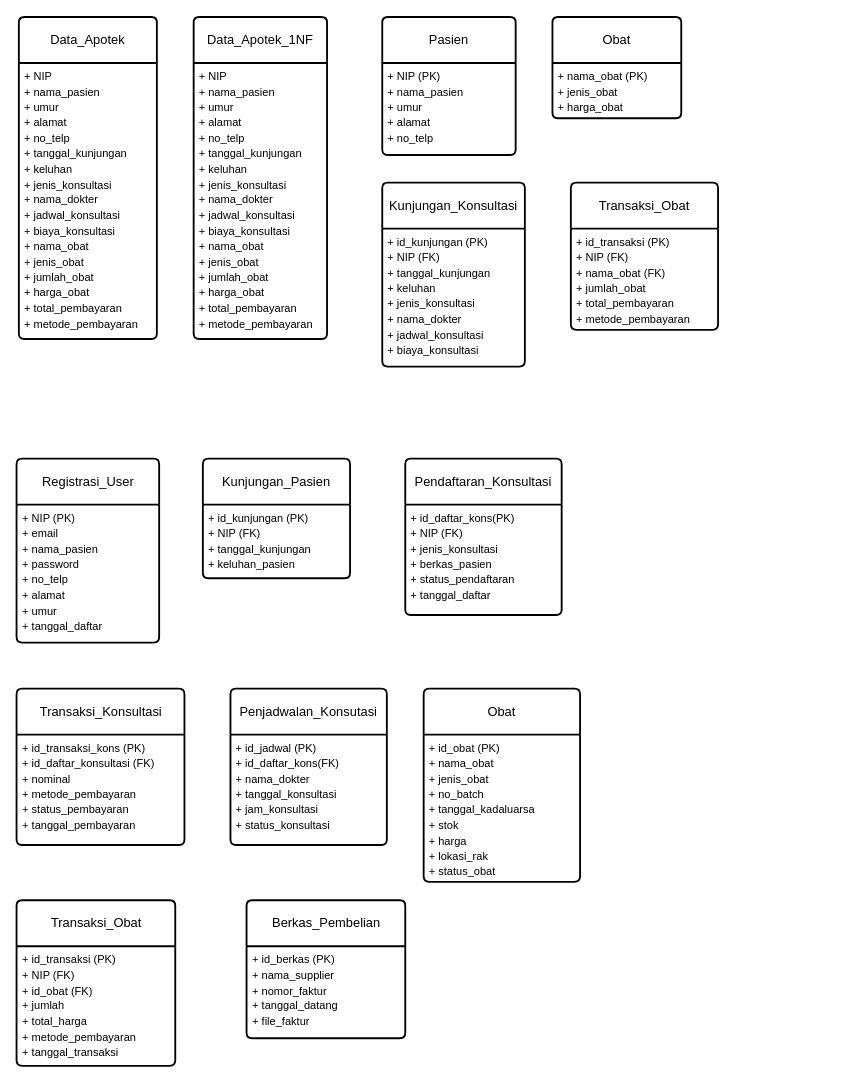
This is adpl.drawio from RilSteel/graph, a draw.io file, before an edit. Source tidied: cells renumbered, new cells numbered last; positions are measured from the earlier drawing's top-left corner, leaving out a move shared by most shapes. Both pictures are drawn from the tidied source at 92%, with x=0, y=0 at pixel (17, 17).
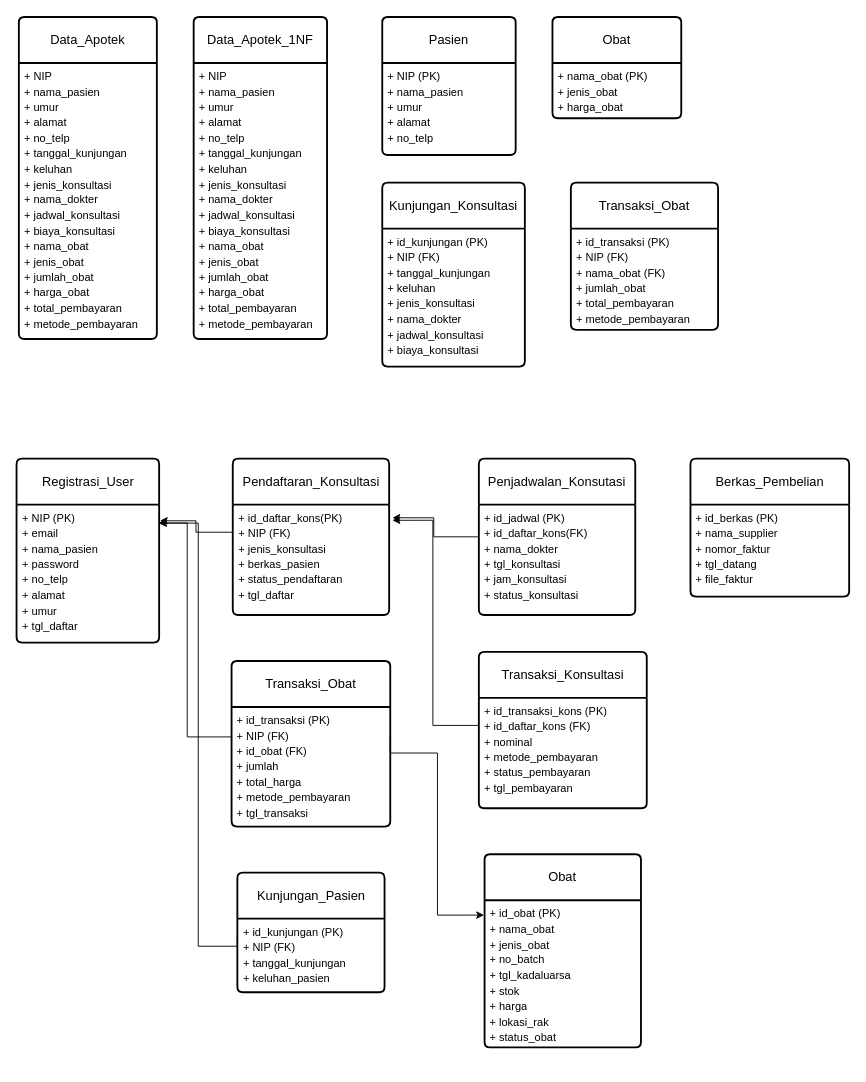
Above is the later version.

Unchanged cells that the change refers to:
```xml
<mxCell id="14" value="Registrasi_User" style="swimlane;horizontal=1;startSize=50;rounded=1;fontSize=14;fontStyle=0;strokeWidth=2;shadow=0;dashed=0;align=center;arcSize=4;whiteSpace=wrap;html=1;" parent="1" vertex="1">
  <mxGeometry x="-0.5" y="480" width="155" height="200" as="geometry" />
</mxCell>
<mxCell id="17" value="&lt;div style=&quot;line-height: 140%;&quot;&gt;+ id_kunjungan (PK)&lt;/div&gt;&lt;div style=&quot;line-height: 140%;&quot;&gt;+ NIP (FK)&lt;/div&gt;&lt;div style=&quot;line-height: 140%;&quot;&gt;+ tanggal_kunjungan&lt;/div&gt;&lt;div style=&quot;line-height: 140%;&quot;&gt;+ keluhan_pasien&lt;/div&gt;" style="align=left;strokeColor=none;fillColor=none;spacingLeft=4;spacingRight=4;fontSize=12;verticalAlign=top;html=1;whiteSpace=wrap;" parent="16" vertex="1">
  <mxGeometry y="50" width="160" height="80" as="geometry" />
</mxCell>
```

Change to the diagram source:
```diff
@@
-    <mxCell id="15" value="&lt;div style=&quot;line-height: 140%;&quot;&gt;+ NIP (PK)&lt;/div&gt;&lt;div style=&quot;line-height: 140%;&quot;&gt;+ email&lt;/div&gt;&lt;div style=&quot;line-height: 140%;&quot;&gt;+ nama_pasien&lt;/div&gt;&lt;div style=&quot;line-height: 140%;&quot;&gt;+ password&lt;/div&gt;&lt;div style=&quot;line-height: 140%;&quot;&gt;+ no_telp&lt;/div&gt;&lt;div style=&quot;line-height: 140%;&quot;&gt;+ alamat&lt;/div&gt;&lt;div style=&quot;line-height: 140%;&quot;&gt;+ umur&lt;/div&gt;&lt;div style=&quot;line-height: 140%;&quot;&gt;+ tanggal_daftar&lt;/div&gt;" style="align=left;strokeColor=none;fillColor=none;spacingLeft=4;spacingRight=4;fontSize=12;verticalAlign=top;html=1;whiteSpace=wrap;" parent="14" vertex="1">
+    <mxCell id="15" value="&lt;div style=&quot;line-height: 140%;&quot;&gt;+ NIP (PK)&lt;/div&gt;&lt;div style=&quot;line-height: 140%;&quot;&gt;+ email&lt;/div&gt;&lt;div style=&quot;line-height: 140%;&quot;&gt;+ nama_pasien&lt;/div&gt;&lt;div style=&quot;line-height: 140%;&quot;&gt;+ password&lt;/div&gt;&lt;div style=&quot;line-height: 140%;&quot;&gt;+ no_telp&lt;/div&gt;&lt;div style=&quot;line-height: 140%;&quot;&gt;+ alamat&lt;/div&gt;&lt;div style=&quot;line-height: 140%;&quot;&gt;+ umur&lt;/div&gt;&lt;div style=&quot;line-height: 140%;&quot;&gt;+ tgl_daftar&lt;/div&gt;" style="align=left;strokeColor=none;fillColor=none;spacingLeft=4;spacingRight=4;fontSize=12;verticalAlign=top;html=1;whiteSpace=wrap;" parent="14" vertex="1">
       <mxGeometry y="50" width="155" height="150" as="geometry" />
     </mxCell>
     <mxCell id="16" value="Kunjungan_Pasien" style="swimlane;horizontal=1;startSize=50;rounded=1;fontSize=14;fontStyle=0;strokeWidth=2;shadow=0;dashed=0;align=center;arcSize=4;whiteSpace=wrap;html=1;" parent="1" vertex="1">
-      <mxGeometry x="202" y="480" width="160" height="130" as="geometry" />
+      <mxGeometry x="239.5" y="930" width="160" height="130" as="geometry" />
     </mxCell>
@@
     <mxCell id="18" value="Pendaftaran_Konsultasi" style="swimlane;horizontal=1;startSize=50;rounded=1;fontSize=14;fontStyle=0;strokeWidth=2;shadow=0;dashed=0;align=center;arcSize=4;whiteSpace=wrap;html=1;" parent="1" vertex="1">
-      <mxGeometry x="422" y="480" width="170" height="170" as="geometry" />
+      <mxGeometry x="234.5" y="480" width="170" height="170" as="geometry" />
     </mxCell>
-    <mxCell id="19" value="&lt;div style=&quot;line-height: 140%;&quot;&gt;+ id_daftar_kons(PK)&lt;/div&gt;&lt;div style=&quot;line-height: 140%;&quot;&gt;+ NIP (FK)&lt;/div&gt;&lt;div style=&quot;line-height: 140%;&quot;&gt;+ jenis_konsultasi&lt;/div&gt;&lt;div style=&quot;line-height: 140%;&quot;&gt;+ berkas_pasien&lt;/div&gt;&lt;div style=&quot;line-height: 140%;&quot;&gt;+ status_pendaftaran&lt;/div&gt;&lt;div style=&quot;line-height: 140%;&quot;&gt;+ tanggal_daftar&lt;/div&gt;" style="align=left;strokeColor=none;fillColor=none;spacingLeft=4;spacingRight=4;fontSize=12;verticalAlign=top;html=1;whiteSpace=wrap;" parent="18" vertex="1">
+    <mxCell id="19" value="&lt;div style=&quot;line-height: 140%;&quot;&gt;+ id_daftar_kons(PK)&lt;/div&gt;&lt;div style=&quot;line-height: 140%;&quot;&gt;+ NIP (FK)&lt;/div&gt;&lt;div style=&quot;line-height: 140%;&quot;&gt;+ jenis_konsultasi&lt;/div&gt;&lt;div style=&quot;line-height: 140%;&quot;&gt;+ berkas_pasien&lt;/div&gt;&lt;div style=&quot;line-height: 140%;&quot;&gt;+ status_pendaftaran&lt;/div&gt;&lt;div style=&quot;line-height: 140%;&quot;&gt;+ tgl_daftar&lt;/div&gt;" style="align=left;strokeColor=none;fillColor=none;spacingLeft=4;spacingRight=4;fontSize=12;verticalAlign=top;html=1;whiteSpace=wrap;" parent="18" vertex="1">
       <mxGeometry y="50" width="170" height="120" as="geometry" />
     </mxCell>
     <mxCell id="20" value="Transaksi_Konsultasi" style="swimlane;horizontal=1;startSize=50;rounded=1;fontSize=14;fontStyle=0;strokeWidth=2;shadow=0;dashed=0;align=center;arcSize=4;whiteSpace=wrap;html=1;" parent="1" vertex="1">
-      <mxGeometry x="-0.5" y="730" width="182.5" height="170" as="geometry" />
+      <mxGeometry x="502" y="690" width="182.5" height="170" as="geometry" />
     </mxCell>
-    <mxCell id="21" value="&lt;div style=&quot;line-height: 140%;&quot;&gt;+ id_transaksi_kons (PK)&lt;/div&gt;&lt;div style=&quot;line-height: 140%;&quot;&gt;+ id_daftar_konsultasi (FK)&lt;/div&gt;&lt;div style=&quot;line-height: 140%;&quot;&gt;+ nominal&lt;/div&gt;&lt;div style=&quot;line-height: 140%;&quot;&gt;+ metode_pembayaran&lt;/div&gt;&lt;div style=&quot;line-height: 140%;&quot;&gt;+ status_pembayaran&lt;/div&gt;&lt;div style=&quot;line-height: 140%;&quot;&gt;+ tanggal_pembayaran&lt;/div&gt;" style="align=left;strokeColor=none;fillColor=none;spacingLeft=4;spacingRight=4;fontSize=12;verticalAlign=top;html=1;whiteSpace=wrap;" parent="20" vertex="1">
+    <mxCell id="21" value="&lt;div style=&quot;line-height: 140%;&quot;&gt;+ id_transaksi_kons (PK)&lt;/div&gt;&lt;div style=&quot;line-height: 140%;&quot;&gt;+ id_daftar_kons (FK)&lt;/div&gt;&lt;div style=&quot;line-height: 140%;&quot;&gt;+ nominal&lt;/div&gt;&lt;div style=&quot;line-height: 140%;&quot;&gt;+ metode_pembayaran&lt;/div&gt;&lt;div style=&quot;line-height: 140%;&quot;&gt;+ status_pembayaran&lt;/div&gt;&lt;div style=&quot;line-height: 140%;&quot;&gt;+ tgl_pembayaran&lt;/div&gt;" style="align=left;strokeColor=none;fillColor=none;spacingLeft=4;spacingRight=4;fontSize=12;verticalAlign=top;html=1;whiteSpace=wrap;" parent="20" vertex="1">
       <mxGeometry y="50" width="182.5" height="120" as="geometry" />
     </mxCell>
     <mxCell id="22" value="Penjadwalan_Konsutasi" style="swimlane;horizontal=1;startSize=50;rounded=1;fontSize=14;fontStyle=0;strokeWidth=2;shadow=0;dashed=0;align=center;arcSize=4;whiteSpace=wrap;html=1;" parent="1" vertex="1">
-      <mxGeometry x="232" y="730" width="170" height="170" as="geometry" />
+      <mxGeometry x="502" y="480" width="170" height="170" as="geometry" />
     </mxCell>
-    <mxCell id="23" value="&lt;div style=&quot;line-height: 140%;&quot;&gt;+ id_jadwal (PK)&lt;/div&gt;&lt;div style=&quot;line-height: 140%;&quot;&gt;+ id_daftar_kons(FK)&lt;/div&gt;&lt;div style=&quot;line-height: 140%;&quot;&gt;+ nama_dokter&lt;/div&gt;&lt;div style=&quot;line-height: 140%;&quot;&gt;+ tanggal_konsultasi&lt;/div&gt;&lt;div style=&quot;line-height: 140%;&quot;&gt;+ jam_konsultasi&lt;/div&gt;&lt;div style=&quot;line-height: 140%;&quot;&gt;+ status_konsultasi&lt;/div&gt;" style="align=left;strokeColor=none;fillColor=none;spacingLeft=4;spacingRight=4;fontSize=12;verticalAlign=top;html=1;whiteSpace=wrap;" parent="22" vertex="1">
+    <mxCell id="23" value="&lt;div style=&quot;line-height: 140%;&quot;&gt;+ id_jadwal (PK)&lt;/div&gt;&lt;div style=&quot;line-height: 140%;&quot;&gt;+ id_daftar_kons(FK)&lt;/div&gt;&lt;div style=&quot;line-height: 140%;&quot;&gt;+ nama_dokter&lt;/div&gt;&lt;div style=&quot;line-height: 140%;&quot;&gt;+ tgl_konsultasi&lt;/div&gt;&lt;div style=&quot;line-height: 140%;&quot;&gt;+ jam_konsultasi&lt;/div&gt;&lt;div style=&quot;line-height: 140%;&quot;&gt;+ status_konsultasi&lt;/div&gt;" style="align=left;strokeColor=none;fillColor=none;spacingLeft=4;spacingRight=4;fontSize=12;verticalAlign=top;html=1;whiteSpace=wrap;" parent="22" vertex="1">
       <mxGeometry y="50" width="170" height="120" as="geometry" />
     </mxCell>
     <mxCell id="24" value="Obat" style="swimlane;horizontal=1;startSize=50;rounded=1;fontSize=14;fontStyle=0;strokeWidth=2;shadow=0;dashed=0;align=center;arcSize=4;whiteSpace=wrap;html=1;" parent="1" vertex="1">
-      <mxGeometry x="442" y="730" width="170" height="210" as="geometry" />
+      <mxGeometry x="508.2" y="910" width="170" height="210" as="geometry" />
     </mxCell>
-    <mxCell id="25" value="&lt;div style=&quot;line-height: 140%;&quot;&gt;+ id_obat (PK)&lt;/div&gt;&lt;div style=&quot;line-height: 140%;&quot;&gt;+ nama_obat&lt;/div&gt;&lt;div style=&quot;line-height: 140%;&quot;&gt;+ jenis_obat&lt;/div&gt;&lt;div style=&quot;line-height: 140%;&quot;&gt;+ no_batch&lt;/div&gt;&lt;div style=&quot;line-height: 140%;&quot;&gt;+ tanggal_kadaluarsa&lt;/div&gt;&lt;div style=&quot;line-height: 140%;&quot;&gt;+ stok&lt;/div&gt;&lt;div style=&quot;line-height: 140%;&quot;&gt;+ harga&lt;/div&gt;&lt;div style=&quot;line-height: 140%;&quot;&gt;+ lokasi_rak&lt;/div&gt;&lt;div style=&quot;line-height: 140%;&quot;&gt;+ status_obat&lt;/div&gt;" style="align=left;strokeColor=none;fillColor=none;spacingLeft=4;spacingRight=4;fontSize=12;verticalAlign=top;html=1;whiteSpace=wrap;" parent="24" vertex="1">
+    <mxCell id="25" value="&lt;div style=&quot;line-height: 140%;&quot;&gt;+ id_obat (PK)&lt;/div&gt;&lt;div style=&quot;line-height: 140%;&quot;&gt;+ nama_obat&lt;/div&gt;&lt;div style=&quot;line-height: 140%;&quot;&gt;+ jenis_obat&lt;/div&gt;&lt;div style=&quot;line-height: 140%;&quot;&gt;+ no_batch&lt;/div&gt;&lt;div style=&quot;line-height: 140%;&quot;&gt;+ tgl_kadaluarsa&lt;/div&gt;&lt;div style=&quot;line-height: 140%;&quot;&gt;+ stok&lt;/div&gt;&lt;div style=&quot;line-height: 140%;&quot;&gt;+ harga&lt;/div&gt;&lt;div style=&quot;line-height: 140%;&quot;&gt;+ lokasi_rak&lt;/div&gt;&lt;div style=&quot;line-height: 140%;&quot;&gt;+ status_obat&lt;/div&gt;" style="align=left;strokeColor=none;fillColor=none;spacingLeft=4;spacingRight=4;fontSize=12;verticalAlign=top;html=1;whiteSpace=wrap;" parent="24" vertex="1">
       <mxGeometry y="50" width="170" height="160" as="geometry" />
     </mxCell>
     <mxCell id="26" value="Transaksi_Obat" style="swimlane;horizontal=1;startSize=50;rounded=1;fontSize=14;fontStyle=0;strokeWidth=2;shadow=0;dashed=0;align=center;arcSize=4;whiteSpace=wrap;html=1;" parent="1" vertex="1">
-      <mxGeometry x="-0.5" y="960" width="172.5" height="180" as="geometry" />
+      <mxGeometry x="233.2" y="700" width="172.5" height="180" as="geometry" />
     </mxCell>
-    <mxCell id="27" value="&lt;div style=&quot;line-height: 140%;&quot;&gt;+ id_transaksi (PK)&lt;/div&gt;&lt;div style=&quot;line-height: 140%;&quot;&gt;+ NIP (FK)&lt;/div&gt;&lt;div style=&quot;line-height: 140%;&quot;&gt;+ id_obat (FK)&lt;/div&gt;&lt;div style=&quot;line-height: 140%;&quot;&gt;+ jumlah&lt;/div&gt;&lt;div style=&quot;line-height: 140%;&quot;&gt;+ total_harga&lt;/div&gt;&lt;div style=&quot;line-height: 140%;&quot;&gt;+ metode_pembayaran&lt;/div&gt;&lt;div style=&quot;line-height: 140%;&quot;&gt;+ tanggal_transaksi&lt;/div&gt;" style="align=left;strokeColor=none;fillColor=none;spacingLeft=4;spacingRight=4;fontSize=12;verticalAlign=top;html=1;whiteSpace=wrap;" parent="26" vertex="1">
+    <mxCell id="27" value="&lt;div style=&quot;line-height: 140%;&quot;&gt;+ id_transaksi (PK)&lt;/div&gt;&lt;div style=&quot;line-height: 140%;&quot;&gt;+ NIP (FK)&lt;/div&gt;&lt;div style=&quot;line-height: 140%;&quot;&gt;+ id_obat (FK)&lt;/div&gt;&lt;div style=&quot;line-height: 140%;&quot;&gt;+ jumlah&lt;/div&gt;&lt;div style=&quot;line-height: 140%;&quot;&gt;+ total_harga&lt;/div&gt;&lt;div style=&quot;line-height: 140%;&quot;&gt;+ metode_pembayaran&lt;/div&gt;&lt;div style=&quot;line-height: 140%;&quot;&gt;+ tgl_transaksi&lt;/div&gt;" style="align=left;strokeColor=none;fillColor=none;spacingLeft=4;spacingRight=4;fontSize=12;verticalAlign=top;html=1;whiteSpace=wrap;" parent="26" vertex="1">
       <mxGeometry y="50" width="172.5" height="130" as="geometry" />
     </mxCell>
     <mxCell id="28" value="Berkas_Pembelian" style="swimlane;horizontal=1;startSize=50;rounded=1;fontSize=14;fontStyle=0;strokeWidth=2;shadow=0;dashed=0;align=center;arcSize=4;whiteSpace=wrap;html=1;" parent="1" vertex="1">
-      <mxGeometry x="249.5" y="960" width="172.5" height="150" as="geometry" />
+      <mxGeometry x="732" y="480" width="172.5" height="150" as="geometry" />
     </mxCell>
-    <mxCell id="29" value="&lt;div style=&quot;line-height: 140%;&quot;&gt;+ id_berkas (PK)&lt;/div&gt;&lt;div style=&quot;line-height: 140%;&quot;&gt;+ nama_supplier&lt;/div&gt;&lt;div style=&quot;line-height: 140%;&quot;&gt;+ nomor_faktur&lt;/div&gt;&lt;div style=&quot;line-height: 140%;&quot;&gt;+ tanggal_datang&lt;/div&gt;&lt;div style=&quot;line-height: 140%;&quot;&gt;+ file_faktur&lt;/div&gt;" style="align=left;strokeColor=none;fillColor=none;spacingLeft=4;spacingRight=4;fontSize=12;verticalAlign=top;html=1;whiteSpace=wrap;" parent="28" vertex="1">
+    <mxCell id="29" value="&lt;div style=&quot;line-height: 140%;&quot;&gt;+ id_berkas (PK)&lt;/div&gt;&lt;div style=&quot;line-height: 140%;&quot;&gt;+ nama_supplier&lt;/div&gt;&lt;div style=&quot;line-height: 140%;&quot;&gt;+ nomor_faktur&lt;/div&gt;&lt;div style=&quot;line-height: 140%;&quot;&gt;+ tgl_datang&lt;/div&gt;&lt;div style=&quot;line-height: 140%;&quot;&gt;+ file_faktur&lt;/div&gt;" style="align=left;strokeColor=none;fillColor=none;spacingLeft=4;spacingRight=4;fontSize=12;verticalAlign=top;html=1;whiteSpace=wrap;" parent="28" vertex="1">
       <mxGeometry y="50" width="172.5" height="100" as="geometry" />
     </mxCell>
+    <mxCell id="30" style="edgeStyle=orthogonalEdgeStyle;rounded=0;jettySize=auto;html=1;exitX=0;exitY=0.25;exitDx=0;exitDy=0;entryX=1.005;entryY=0.117;entryDx=0;entryDy=0;entryPerimeter=0;" parent="1" edge="1" source="19" target="15">
+      <mxGeometry relative="1" as="geometry" />
+    </mxCell>
+    <mxCell id="31" style="edgeStyle=orthogonalEdgeStyle;rounded=0;jettySize=auto;html=1;exitX=0;exitY=0.25;exitDx=0;exitDy=0;" parent="1" edge="1" source="27">
+      <mxGeometry relative="1" as="geometry">
+        <mxPoint x="154.5" y="550" as="targetPoint" />
+        <Array as="points">
+          <mxPoint x="185" y="783" />
+          <mxPoint x="185" y="550" />
+        </Array>
+      </mxGeometry>
+    </mxCell>
+    <mxCell id="32" style="edgeStyle=orthogonalEdgeStyle;rounded=0;jettySize=auto;html=1;exitX=0;exitY=0.25;exitDx=0;exitDy=0;entryX=0.997;entryY=0.134;entryDx=0;entryDy=0;entryPerimeter=0;" parent="1" edge="1" source="17" target="15">
+      <mxGeometry relative="1" as="geometry">
+        <Array as="points">
+          <mxPoint x="240" y="1010" />
+          <mxPoint x="197" y="1010" />
+          <mxPoint x="197" y="550" />
+        </Array>
+      </mxGeometry>
+    </mxCell>
+    <mxCell id="33" style="edgeStyle=orthogonalEdgeStyle;rounded=0;jettySize=auto;html=1;exitX=0;exitY=0.5;exitDx=0;exitDy=0;entryX=1.021;entryY=0.119;entryDx=0;entryDy=0;entryPerimeter=0;" parent="1" edge="1" source="22" target="19">
+      <mxGeometry relative="1" as="geometry">
+        <Array as="points">
+          <mxPoint x="453" y="565" />
+          <mxPoint x="453" y="544" />
+        </Array>
+      </mxGeometry>
+    </mxCell>
+    <mxCell id="34" style="edgeStyle=orthogonalEdgeStyle;rounded=0;jettySize=auto;html=1;exitX=0;exitY=0.25;exitDx=0;exitDy=0;entryX=1.021;entryY=0.142;entryDx=0;entryDy=0;entryPerimeter=0;" parent="1" edge="1" source="21" target="19">
+      <mxGeometry relative="1" as="geometry">
+        <Array as="points">
+          <mxPoint x="452" y="770" />
+          <mxPoint x="452" y="547" />
+        </Array>
+      </mxGeometry>
+    </mxCell>
+    <mxCell id="35" style="edgeStyle=orthogonalEdgeStyle;rounded=0;jettySize=auto;html=1;exitX=1;exitY=0.25;exitDx=0;exitDy=0;entryX=-0.003;entryY=0.101;entryDx=0;entryDy=0;entryPerimeter=0;" parent="1" edge="1" source="27" target="25">
+      <mxGeometry relative="1" as="geometry">
+        <Array as="points">
+          <mxPoint x="406" y="800" />
+          <mxPoint x="457" y="800" />
+          <mxPoint x="457" y="976" />
+        </Array>
+      </mxGeometry>
+    </mxCell>
```
